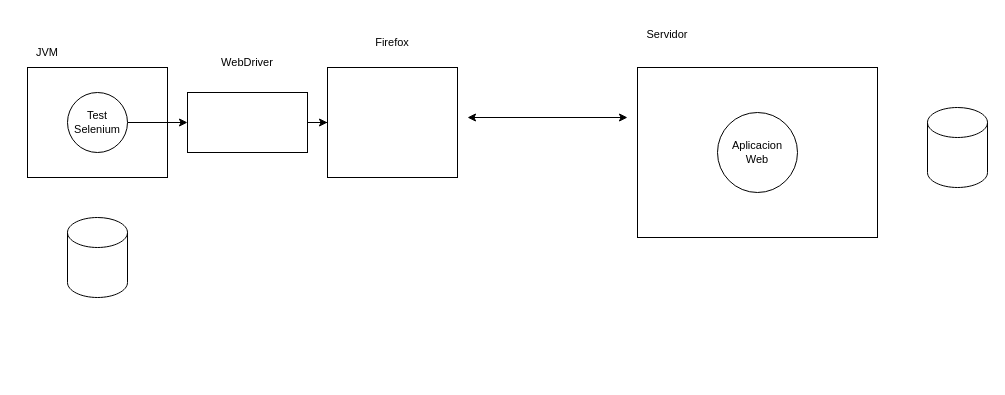
Earlier version of the draw.io diagram page "Página-13" (15 of 15) of tdd.drawio (lrag/TDD). Source tidied: cells renumbered, new cells numbered last; positions are measured from the earlier drawing's top-left corner, leaving out a move shared by most shapes. Both pictures are drawn from the tidied source at 100%, with x=0, y=0 at pixel (17, 17).
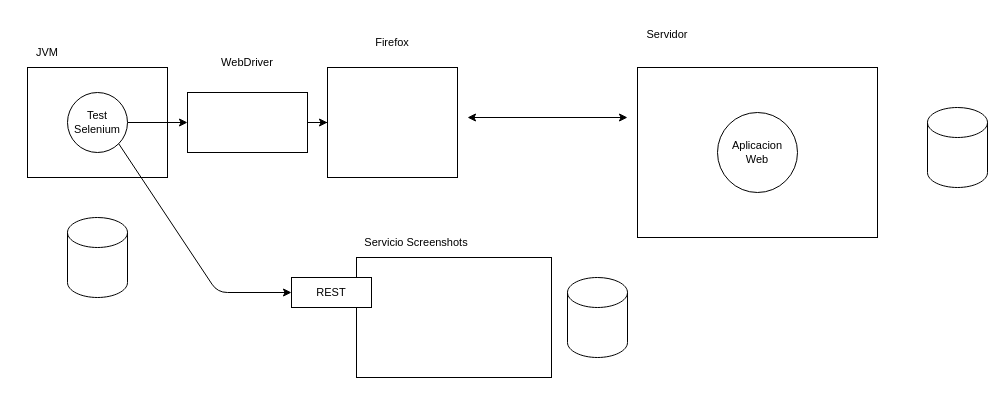
The same page after the edit.

The change refers to these unchanged cells:
```xml
<mxCell id="8" value="Test&lt;br&gt;Selenium" style="ellipse;whiteSpace=wrap;html=1;fontSize=11;" parent="1" vertex="1">
  <mxGeometry x="50" y="75" width="60" height="60" as="geometry" />
</mxCell>
```

What changed in the source:
```diff
@@
+    <mxCell id="17" style="rounded=0;whiteSpace=wrap;html=1;fontSize=11;" parent="1" vertex="1">
+      <mxGeometry x="339" y="240" width="195" height="120" as="geometry" />
+    </mxCell>
+    <mxCell id="18" value="REST" style="rounded=0;whiteSpace=wrap;html=1;fontSize=11;" parent="1" vertex="1">
+      <mxGeometry x="274" y="260" width="80" height="30" as="geometry" />
+    </mxCell>
+    <mxCell id="19" value="Servicio Screenshots" style="text;html=1;strokeColor=none;fillColor=none;align=center;verticalAlign=middle;whiteSpace=wrap;rounded=0;fontSize=11;" parent="1" vertex="1">
+      <mxGeometry x="344" y="210" width="110" height="30" as="geometry" />
+    </mxCell>
+    <mxCell id="20" style="endArrow=classic;html=1;rounded=1;fontSize=11;exitX=1;exitY=1;exitDx=0;exitDy=0;entryX=0;entryY=0.5;entryDx=0;entryDy=0;" parent="1" edge="1" source="8" target="18">
+      <mxGeometry relative="1" as="geometry">
+        <Array as="points">
+          <mxPoint x="200" y="275" />
+        </Array>
+      </mxGeometry>
+    </mxCell>
+    <mxCell id="21" style="shape=cylinder3;whiteSpace=wrap;html=1;boundedLbl=1;backgroundOutline=1;size=15;fontSize=11;" parent="1" vertex="1">
+      <mxGeometry x="550" y="260" width="60" height="80" as="geometry" />
+    </mxCell>
```
